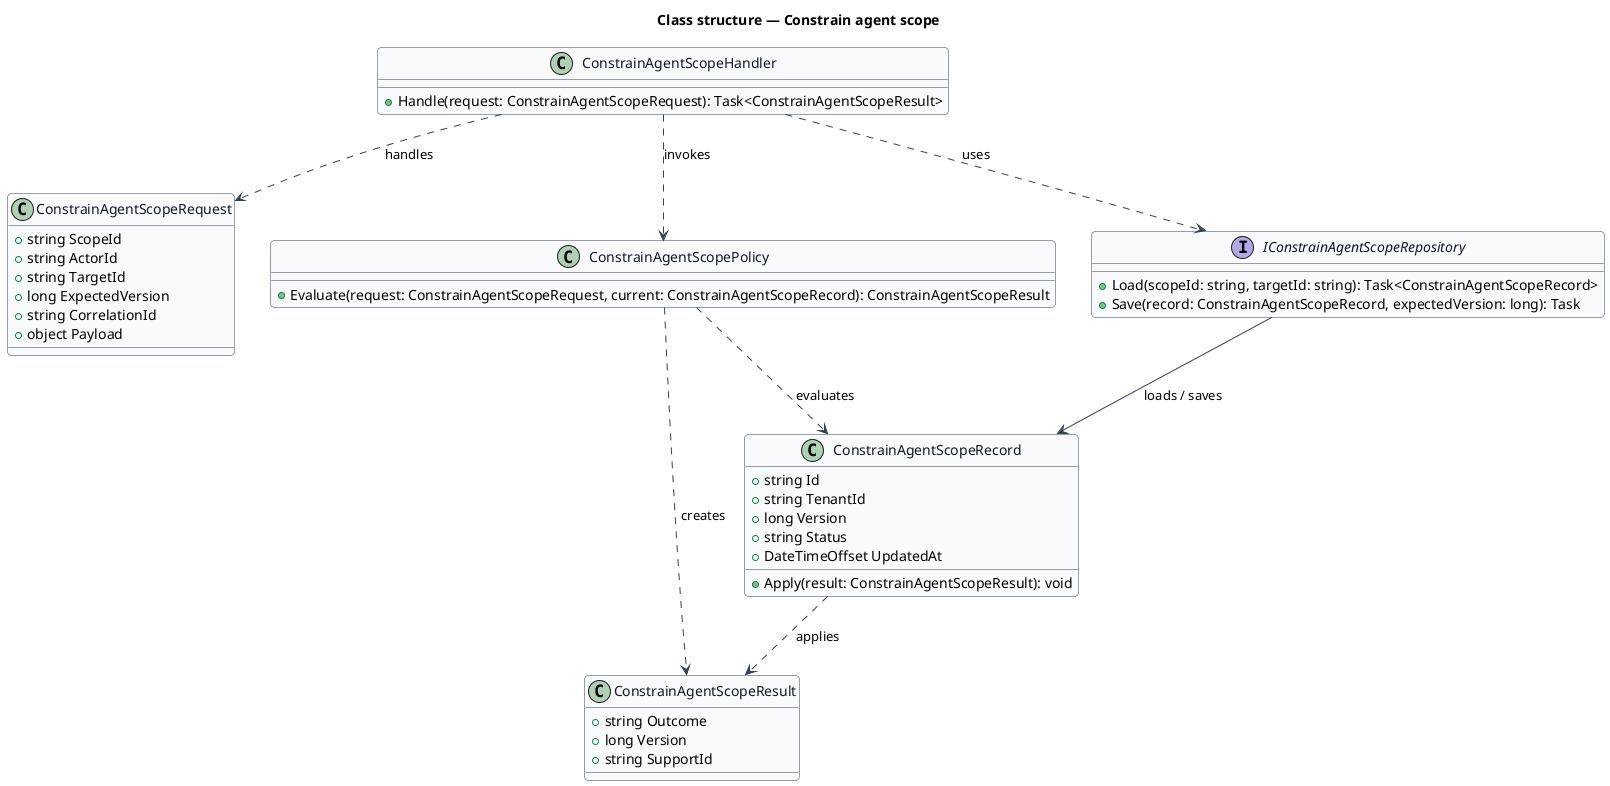
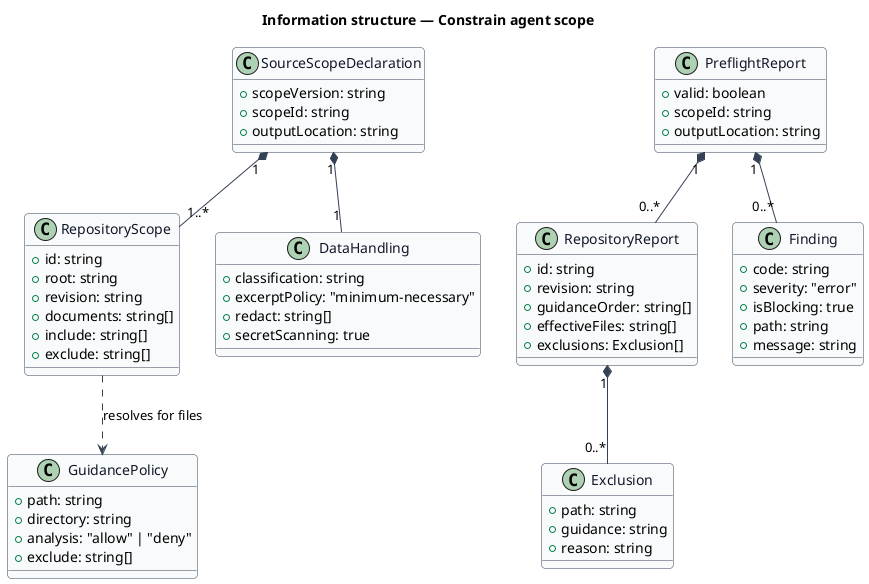
@startuml
skinparam backgroundColor #FFFFFF
skinparam shadowing false
skinparam roundcorner 8
skinparam defaultFontName Arial
skinparam ArrowColor #344054
skinparam class {
  BorderColor #344054
  FontColor #101828
  BackgroundColor #F9FAFB
}
- title Class structure — Constrain agent scope
+ title Information structure — Constrain agent scope

- class ConstrainAgentScopeRequest {
-   +string ScopeId
-   +string ActorId
-   +string TargetId
-   +long ExpectedVersion
-   +string CorrelationId
-   +object Payload
+ class SourceScopeDeclaration {
+   +scopeVersion: string
+   +scopeId: string
+   +outputLocation: string
}

- class ConstrainAgentScopeResult {
-   +string Outcome
-   +long Version
-   +string SupportId
+ class RepositoryScope {
+   +id: string
+   +root: string
+   +revision: string
+   +documents: string[]
+   +include: string[]
+   +exclude: string[]
}

- class ConstrainAgentScopeRecord {
-   +string Id
-   +string TenantId
-   +long Version
-   +string Status
-   +DateTimeOffset UpdatedAt
-   +Apply(result: ConstrainAgentScopeResult): void
+ class DataHandling {
+   +classification: string
+   +excerptPolicy: "minimum-necessary"
+   +redact: string[]
+   +secretScanning: true
}

- class ConstrainAgentScopePolicy {
-   +Evaluate(request: ConstrainAgentScopeRequest, current: ConstrainAgentScopeRecord): ConstrainAgentScopeResult
+ class GuidancePolicy {
+   +path: string
+   +directory: string
+   +analysis: "allow" | "deny"
+   +exclude: string[]
}

- interface IConstrainAgentScopeRepository {
-   +Load(scopeId: string, targetId: string): Task<ConstrainAgentScopeRecord>
-   +Save(record: ConstrainAgentScopeRecord, expectedVersion: long): Task
+ class PreflightReport {
+   +valid: boolean
+   +scopeId: string
+   +outputLocation: string
}

- class ConstrainAgentScopeHandler {
-   +Handle(request: ConstrainAgentScopeRequest): Task<ConstrainAgentScopeResult>
+ class RepositoryReport {
+   +id: string
+   +revision: string
+   +guidanceOrder: string[]
+   +effectiveFiles: string[]
+   +exclusions: Exclusion[]
}

- ConstrainAgentScopeHandler ..> ConstrainAgentScopeRequest : handles
- ConstrainAgentScopeHandler ..> ConstrainAgentScopePolicy : invokes
- ConstrainAgentScopeHandler ..> IConstrainAgentScopeRepository : uses
- IConstrainAgentScopeRepository --> ConstrainAgentScopeRecord : loads / saves
- ConstrainAgentScopePolicy ..> ConstrainAgentScopeRecord : evaluates
- ConstrainAgentScopePolicy ..> ConstrainAgentScopeResult : creates
- ConstrainAgentScopeRecord ..> ConstrainAgentScopeResult : applies
+ class Exclusion {
+   +path: string
+   +guidance: string
+   +reason: string
+ }
+ 
+ class Finding {
+   +code: string
+   +severity: "error"
+   +isBlocking: true
+   +path: string
+   +message: string
+ }
+ 
+ SourceScopeDeclaration "1" *-- "1..*" RepositoryScope
+ SourceScopeDeclaration "1" *-- "1" DataHandling
+ PreflightReport "1" *-- "0..*" RepositoryReport
+ PreflightReport "1" *-- "0..*" Finding
+ RepositoryReport "1" *-- "0..*" Exclusion
+ RepositoryScope ..> GuidancePolicy : resolves for files
@enduml
